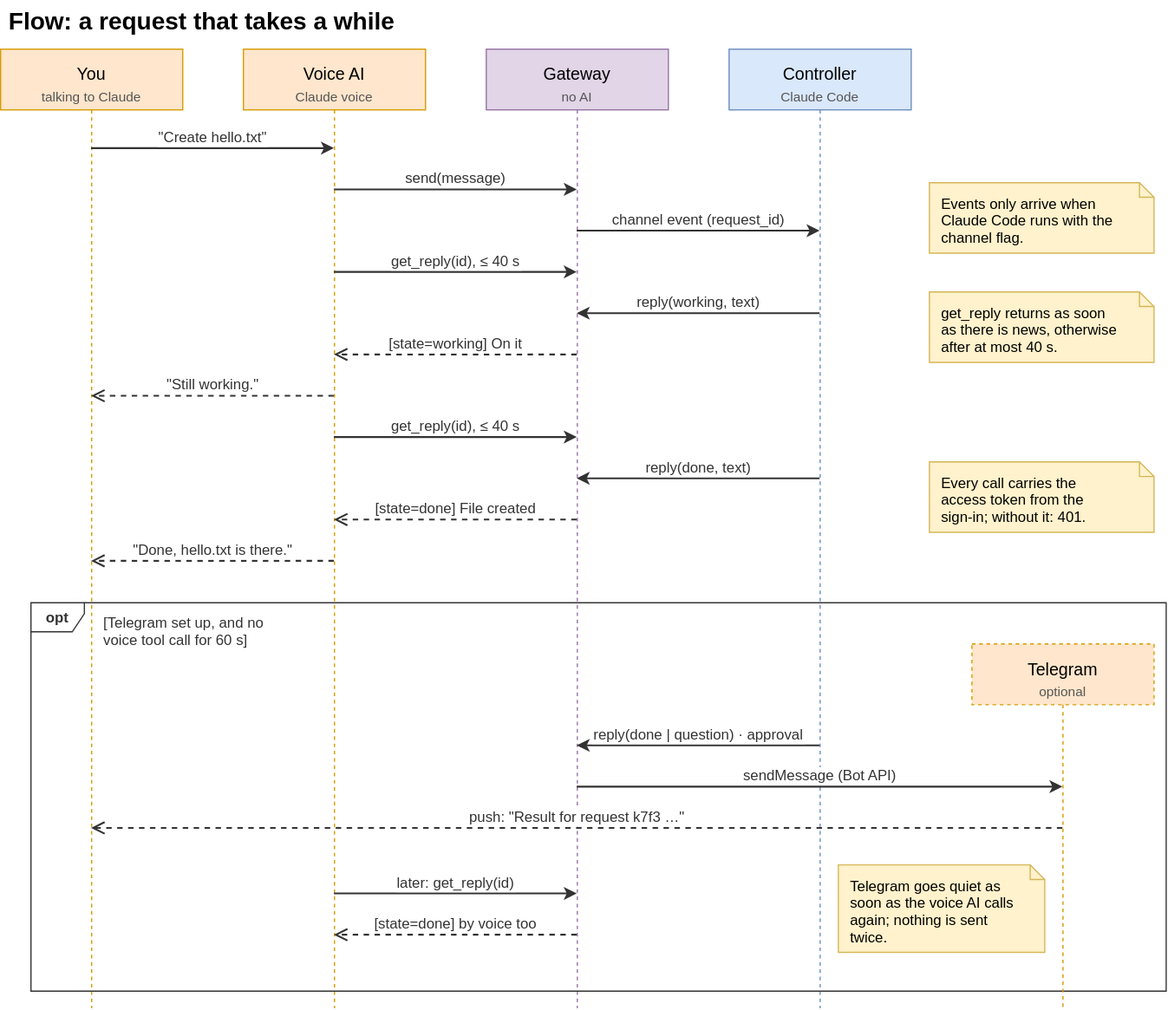
Before: docs/request-flow.drawio.svg, a diagram exported from draw.io (alderg/cc-voice-gateway). Source tidied: cells renumbered, new cells last; positions are measured from the earlier drawing's top-left corner, leaving out a move shared by most shapes.
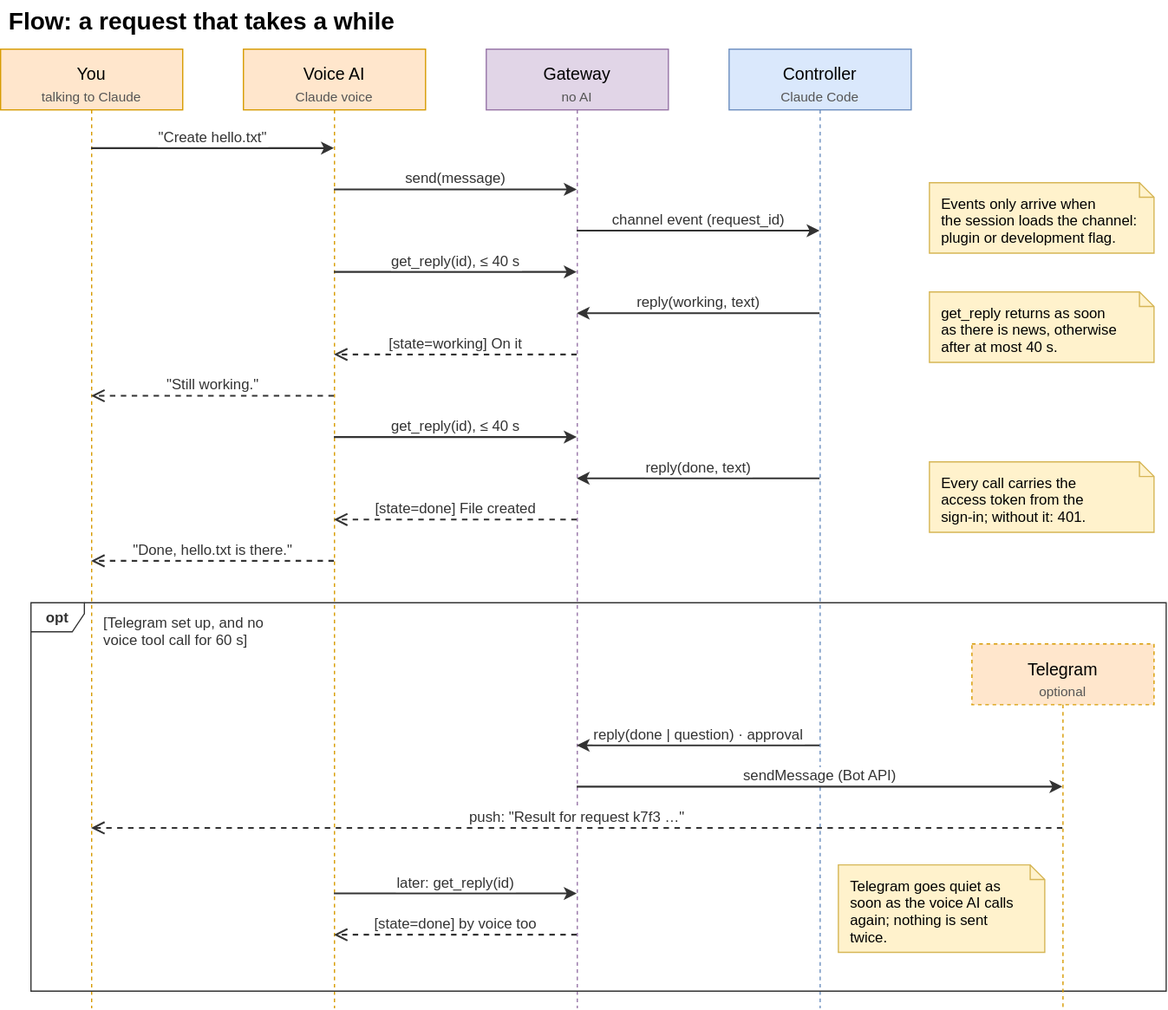
The same file after the commit.

The edit, as a diff of the source:
```diff
@@ -44,7 +44,7 @@
     <mxCell id="15" value="Telegram goes quiet as&#10;soon as the voice AI calls&#10;again; nothing is sent&#10;twice." style="shape=note;size=12;html=0;fontSize=12;align=left;verticalAlign=top;spacingLeft=8;spacingTop=4;fillColor=#fff2cc;strokeColor=#d6b656;" parent="1" vertex="1">
       <mxGeometry x="690" y="712" width="170" height="72" as="geometry" />
     </mxCell>
-    <mxCell id="16" value="Events only arrive when&#10;Claude Code runs with the&#10;channel flag." style="shape=note;size=12;html=0;fontSize=12;align=left;verticalAlign=top;spacingLeft=8;spacingTop=4;fillColor=#fff2cc;strokeColor=#d6b656;" parent="1" vertex="1">
+    <mxCell id="16" value="Events only arrive when&#10;the session loads the channel:&#10;plugin or development flag." style="shape=note;size=12;html=0;fontSize=12;align=left;verticalAlign=top;spacingLeft=8;spacingTop=4;fillColor=#fff2cc;strokeColor=#d6b656;" parent="1" vertex="1">
       <mxGeometry x="765" y="150" width="185" height="58" as="geometry" />
     </mxCell>
     <mxCell id="17" value="Every call carries the&#10;access token from the&#10;sign-in; without it: 401." style="shape=note;size=12;html=0;fontSize=12;align=left;verticalAlign=top;spacingLeft=8;spacingTop=4;fillColor=#fff2cc;strokeColor=#d6b656;" parent="1" vertex="1">
```
